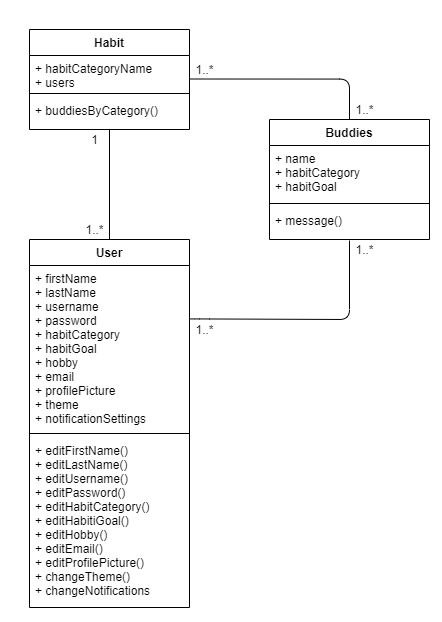
calvin-cs262-fall2020-teamH/habitbuddy-project keeps this draw.io diagram as domainModel.png. Above is the earlier version. Source tidied: cells renumbered, new cells last; positions are measured from the earlier drawing's top-left corner, leaving out a move shared by most shapes.
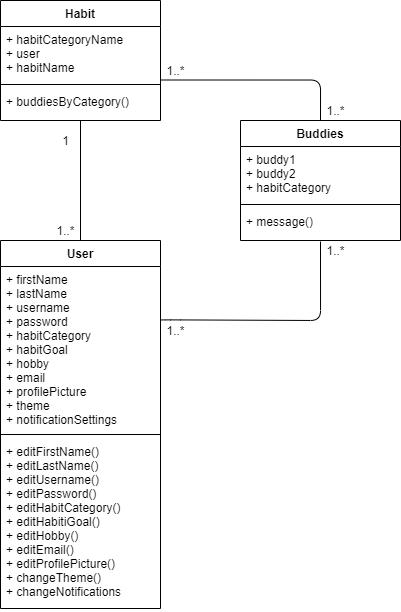
After the commit.

Commit message:
Updated the domain model to show the work done on the schema.

What changed in the source:
```diff
@@ -3,16 +3,16 @@
     <mxCell id="0" />
     <mxCell id="1" parent="0" />
     <mxCell id="2" value="Habit" style="swimlane;fontStyle=1;align=center;verticalAlign=top;horizontal=1;startSize=26;" parent="1" vertex="1">
-      <mxGeometry width="160" height="100" as="geometry" />
+      <mxGeometry y="-30" width="160" height="120" as="geometry" />
     </mxCell>
-    <mxCell id="3" value="+ habitCategoryName&#10;+ users" style="text;strokeColor=none;fillColor=none;align=left;verticalAlign=top;spacingLeft=4;spacingRight=4;overflow=hidden;" parent="2" vertex="1">
-      <mxGeometry y="26" width="160" height="34" as="geometry" />
+    <mxCell id="3" value="+ habitCategoryName&#10;+ user&#10;+ habitName" style="text;strokeColor=none;fillColor=none;align=left;verticalAlign=top;spacingLeft=4;spacingRight=4;overflow=hidden;" parent="2" vertex="1">
+      <mxGeometry y="26" width="160" height="54" as="geometry" />
     </mxCell>
     <mxCell id="4" style="line;strokeWidth=1;fillColor=none;align=left;verticalAlign=middle;spacingTop=-1;spacingLeft=3;spacingRight=3;labelPosition=right;" parent="2" vertex="1">
-      <mxGeometry y="60" width="160" height="8" as="geometry" />
+      <mxGeometry y="80" width="160" height="8" as="geometry" />
     </mxCell>
     <mxCell id="5" value="+ buddiesByCategory()" style="text;strokeColor=none;fillColor=none;align=left;verticalAlign=top;spacingLeft=4;spacingRight=4;overflow=hidden;points=[[0,0.5],[1,0.5]];portConstraint=eastwest;" parent="2" vertex="1">
-      <mxGeometry y="68" width="160" height="32" as="geometry" />
+      <mxGeometry y="88" width="160" height="32" as="geometry" />
     </mxCell>
     <mxCell id="6" value="User" style="swimlane;fontStyle=1;align=center;verticalAlign=top;horizontal=1;startSize=26;" parent="1" vertex="1">
       <mxGeometry y="210" width="160" height="368" as="geometry" />
@@ -32,7 +32,7 @@
     <mxCell id="11" value="Buddies" style="swimlane;fontStyle=1;align=center;verticalAlign=top;horizontal=1;startSize=26;" parent="1" vertex="1">
       <mxGeometry x="240" y="90" width="160" height="120" as="geometry" />
     </mxCell>
-    <mxCell id="12" value="+ name&#10;+ habitCategory&#10;+ habitGoal" style="text;strokeColor=none;fillColor=none;align=left;verticalAlign=top;spacingLeft=4;spacingRight=4;overflow=hidden;" parent="11" vertex="1">
+    <mxCell id="12" value="+ buddy1&#10;+ buddy2&#10;+ habitCategory" style="text;strokeColor=none;fillColor=none;align=left;verticalAlign=top;spacingLeft=4;spacingRight=4;overflow=hidden;" parent="11" vertex="1">
       <mxGeometry y="26" width="160" height="54" as="geometry" />
     </mxCell>
     <mxCell id="13" style="line;strokeWidth=1;fillColor=none;align=left;verticalAlign=middle;spacingTop=-1;spacingLeft=3;spacingRight=3;labelPosition=right;" parent="11" vertex="1">
```
